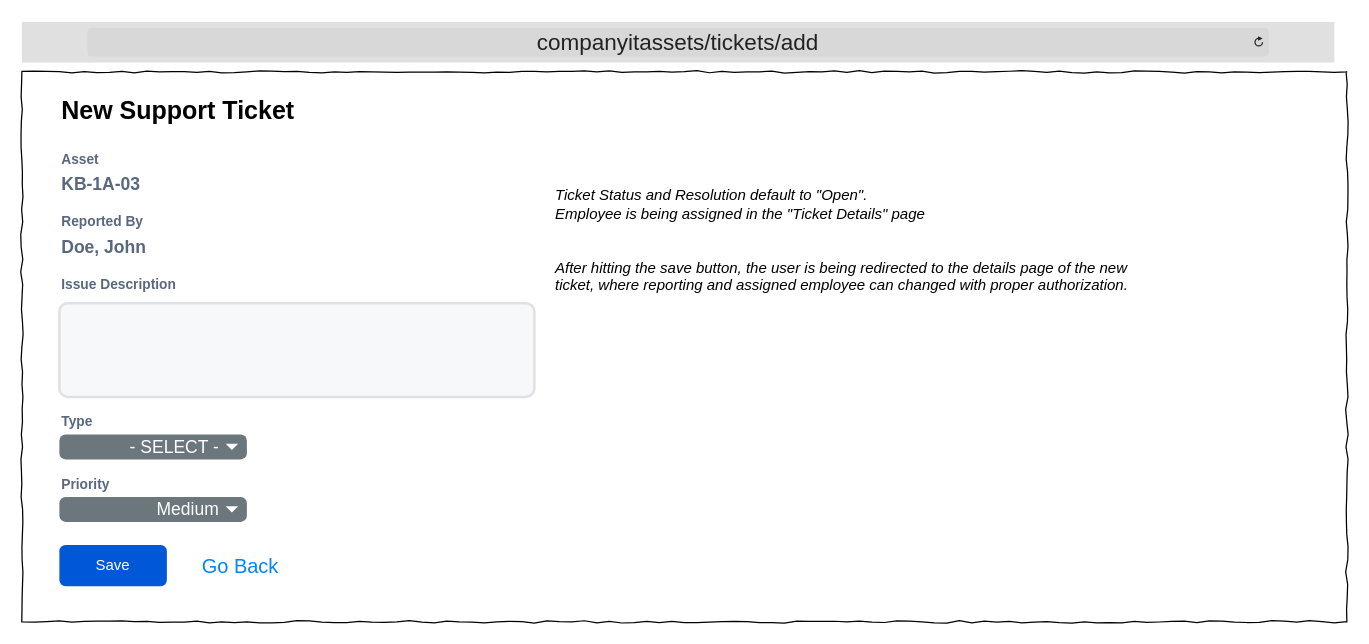
Earlier version of the draw.io diagram Wireframes/ITAT_Tickets_Add.drawio (TRed91/ITAssetTracking). Source tidied: cells renumbered, new cells numbered last; positions are measured from the earlier drawing's top-left corner, leaving out a move shared by most shapes. Both pictures are drawn from the tidied source at 125%, with x=0, y=0 at pixel (21, 21).
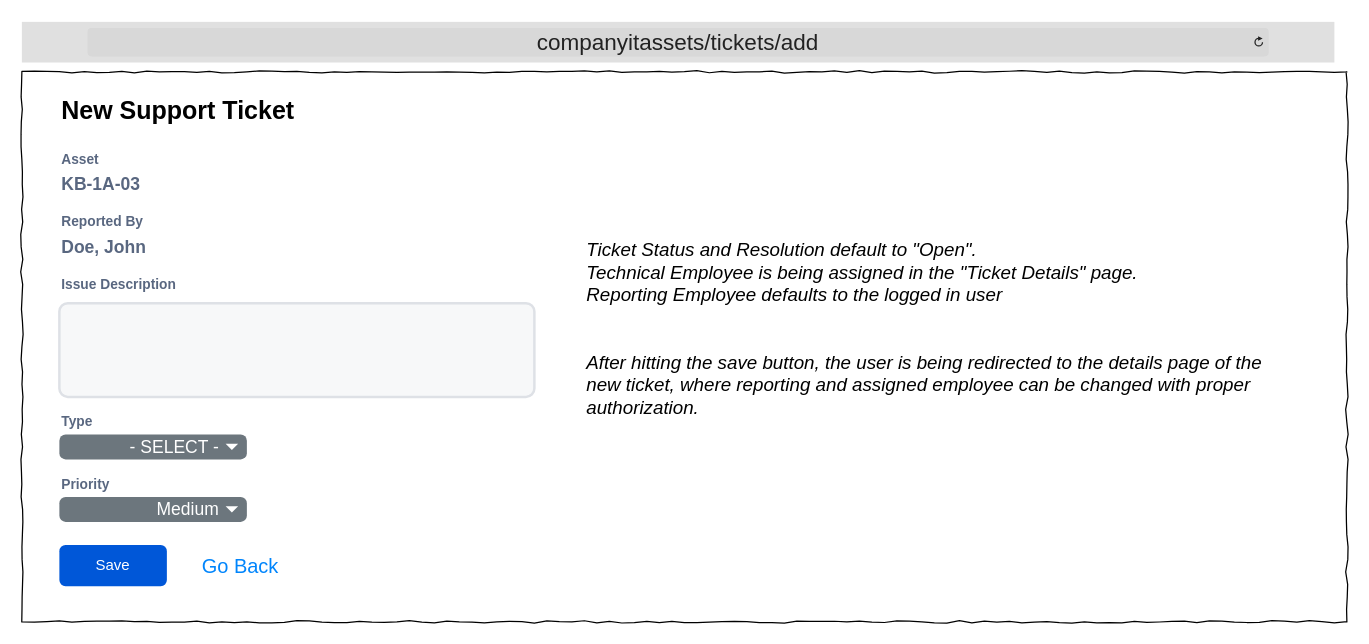
After the change.

What changed in the source:
```diff
@@
-    <mxCell id="10" value="&lt;div&gt;&lt;i style=&quot;background-color: transparent; color: light-dark(rgb(0, 0, 0), rgb(125, 125, 125));&quot;&gt;Ticket Status and Resolution default to &quot;Open&quot;.&lt;/i&gt;&lt;/div&gt;&lt;div&gt;&lt;i&gt;Employee is being assigned in the &quot;Ticket Details&quot; page&lt;/i&gt;&lt;/div&gt;&lt;div&gt;&lt;i&gt;&lt;br&gt;&lt;/i&gt;&lt;/div&gt;&lt;div&gt;&lt;i&gt;&lt;br&gt;&lt;/i&gt;&lt;div&gt;&lt;i&gt;After hitting the save button, the user is being redirected to the details page of the new ticket, where reporting and assigned employee can changed with proper authorization.&lt;/i&gt;&lt;/div&gt;&lt;/div&gt;" style="text;html=1;strokeColor=none;fillColor=none;align=left;verticalAlign=middle;whiteSpace=wrap;rounded=0;fontColor=light-dark(#000000,#7D7D7D);" parent="1" vertex="1">
-      <mxGeometry x="425" y="60" width="465" height="230" as="geometry" />
+    <mxCell id="10" value="&lt;div&gt;&lt;i style=&quot;background-color: transparent; color: light-dark(rgb(0, 0, 0), rgb(125, 125, 125));&quot;&gt;&lt;font style=&quot;font-size: 15px;&quot;&gt;Ticket Status and Resolution default to &quot;Open&quot;.&lt;/font&gt;&lt;/i&gt;&lt;/div&gt;&lt;div&gt;&lt;i&gt;&lt;font style=&quot;font-size: 15px;&quot;&gt;Technical Employee is being assigned in the &quot;Ticket Details&quot; page.&lt;/font&gt;&lt;/i&gt;&lt;/div&gt;&lt;div&gt;&lt;i&gt;&lt;font style=&quot;font-size: 15px;&quot;&gt;Reporting Employee defaults to the logged in user&lt;/font&gt;&lt;/i&gt;&lt;/div&gt;&lt;div&gt;&lt;i&gt;&lt;font style=&quot;font-size: 15px;&quot;&gt;&lt;br&gt;&lt;/font&gt;&lt;/i&gt;&lt;/div&gt;&lt;div&gt;&lt;i&gt;&lt;font style=&quot;font-size: 15px;&quot;&gt;&lt;br&gt;&lt;/font&gt;&lt;/i&gt;&lt;div&gt;&lt;i&gt;&lt;font style=&quot;font-size: 15px;&quot;&gt;After hitting the save button, the user is being redirected to the details page of the new ticket, where reporting and assigned employee can be changed with proper authorization.&lt;/font&gt;&lt;/i&gt;&lt;/div&gt;&lt;/div&gt;" style="text;html=1;strokeColor=none;fillColor=none;align=left;verticalAlign=middle;whiteSpace=wrap;rounded=0;fontColor=light-dark(#000000,#7D7D7D);" parent="1" vertex="1">
+      <mxGeometry x="450" y="65" width="565" height="360" as="geometry" />
     </mxCell>
```
